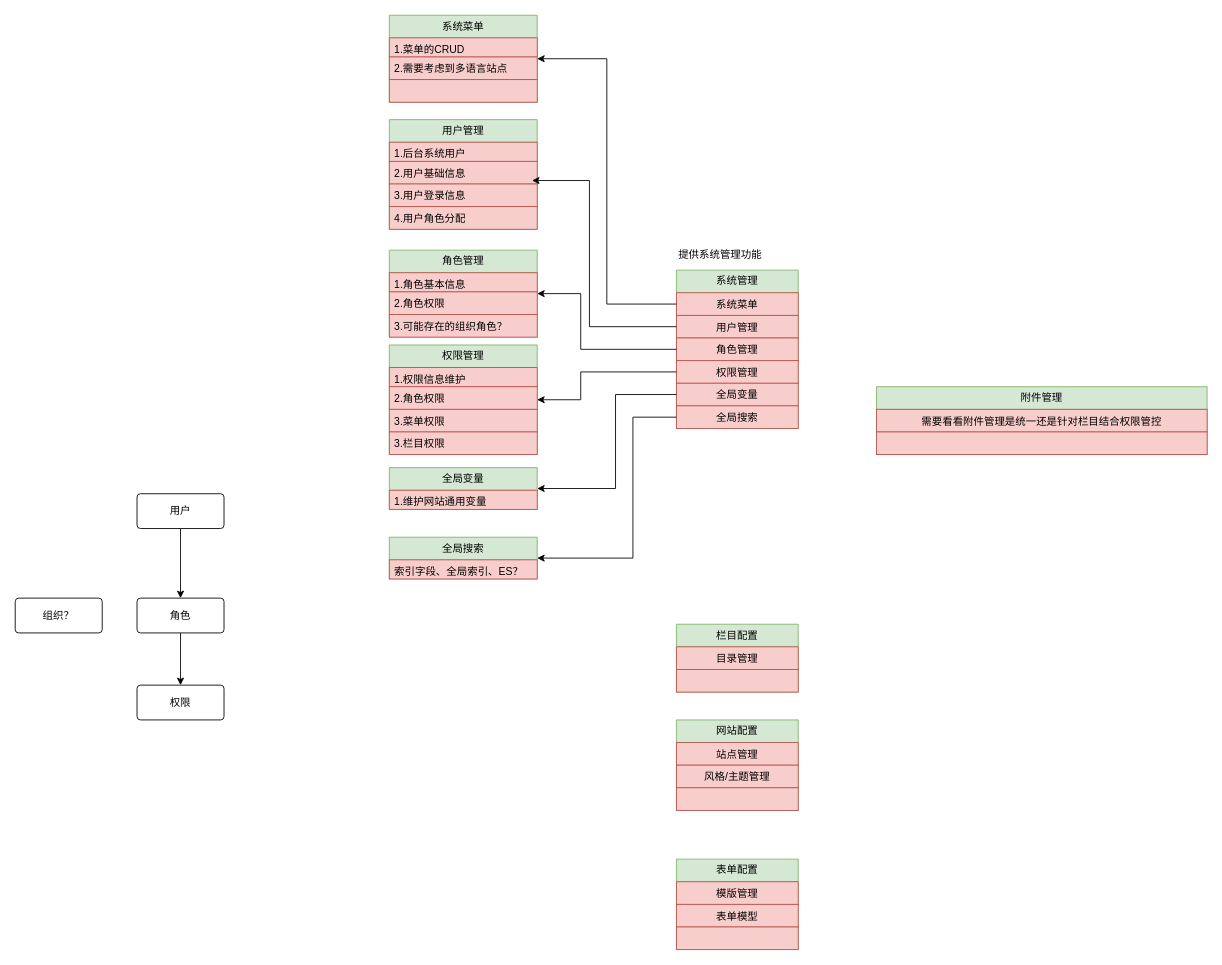
This is page "CMS技术架构" (3 of 4) of design-uml/thought work.drawio from alvin-zj/MyUml, a draw.io file, before an edit. Source tidied: cells renumbered, new cells numbered last; positions are measured from the earlier drawing's top-left corner, leaving out a move shared by most shapes. Both pictures are drawn from the tidied source at 87%, with x=0, y=0 at pixel (15, 15).
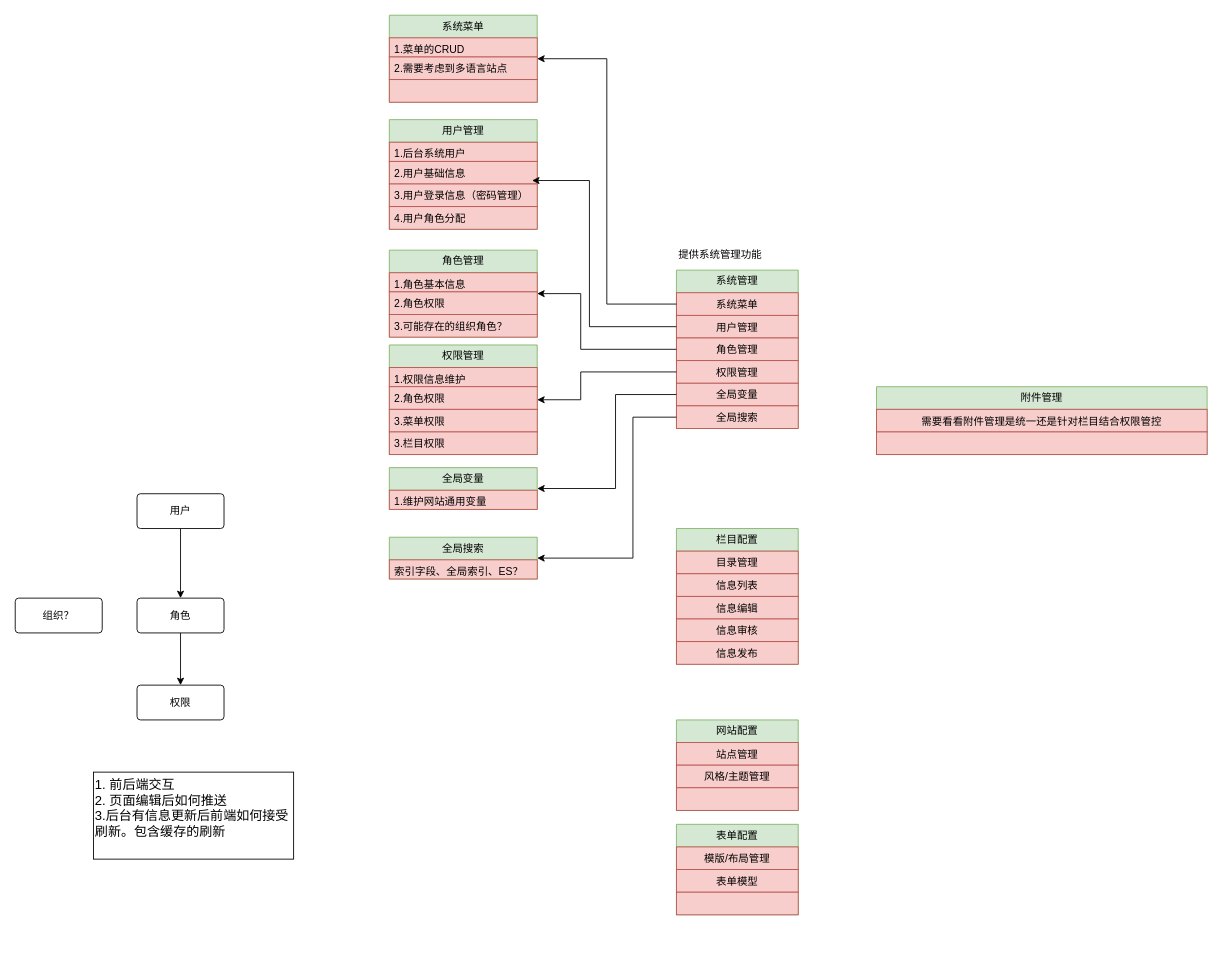
The same page after the edit.

Unchanged cells that the change refers to:
```xml
<mxCell id="28" value="用户管理" style="swimlane;fontStyle=0;horizontal=1;startSize=26;fillColor=#d5e8d4;whiteSpace=wrap;html=1;strokeColor=#82b366;" parent="1" vertex="1">
  <mxGeometry x="430" y="120" width="170" height="126" as="geometry" />
</mxCell>
```

What changed in the source:
```diff
@@
     <mxCell id="13" value="栏目配置" style="swimlane;fontStyle=0;horizontal=1;startSize=26;fillColor=#d5e8d4;whiteSpace=wrap;html=1;strokeColor=#82b366;" parent="1" vertex="1">
-      <mxGeometry x="760" y="700" width="140" height="78" as="geometry" />
+      <mxGeometry x="760" y="590" width="140" height="156" as="geometry" />
     </mxCell>
@@
+    <mxCell id="58" value="信息列表" style="text;strokeColor=#b85450;fillColor=#f8cecc;align=center;verticalAlign=top;spacingLeft=4;spacingRight=4;overflow=hidden;whiteSpace=wrap;html=1;" parent="13" vertex="1">
+      <mxGeometry y="52" width="140" height="26" as="geometry" />
+    </mxCell>
-    <mxCell id="15" style="text;strokeColor=#b85450;fillColor=#f8cecc;align=center;verticalAlign=top;spacingLeft=4;spacingRight=4;overflow=hidden;whiteSpace=wrap;html=1;" parent="13" vertex="1">
-      <mxGeometry y="52" width="140" height="26" as="geometry" />
+    <mxCell id="15" value="信息编辑" style="text;strokeColor=#b85450;fillColor=#f8cecc;align=center;verticalAlign=top;spacingLeft=4;spacingRight=4;overflow=hidden;whiteSpace=wrap;html=1;" parent="13" vertex="1">
+      <mxGeometry y="78" width="140" height="26" as="geometry" />
     </mxCell>
+    <mxCell id="59" value="信息审核" style="text;strokeColor=#b85450;fillColor=#f8cecc;align=center;verticalAlign=top;spacingLeft=4;spacingRight=4;overflow=hidden;whiteSpace=wrap;html=1;" parent="13" vertex="1">
+      <mxGeometry y="104" width="140" height="26" as="geometry" />
+    </mxCell>
+    <mxCell id="60" value="信息发布" style="text;strokeColor=#b85450;fillColor=#f8cecc;align=center;verticalAlign=top;spacingLeft=4;spacingRight=4;overflow=hidden;whiteSpace=wrap;html=1;" parent="13" vertex="1">
+      <mxGeometry y="130" width="140" height="26" as="geometry" />
+    </mxCell>
     <mxCell id="16" value="表单配置" style="swimlane;fontStyle=0;horizontal=1;startSize=26;fillColor=#d5e8d4;whiteSpace=wrap;html=1;strokeColor=#82b366;" parent="1" vertex="1">
-      <mxGeometry x="760" y="970" width="140" height="104" as="geometry" />
+      <mxGeometry x="760" y="930" width="140" height="104" as="geometry" />
     </mxCell>
-    <mxCell id="17" value="模版管理" style="text;strokeColor=#b85450;fillColor=#f8cecc;align=center;verticalAlign=top;spacingLeft=4;spacingRight=4;overflow=hidden;whiteSpace=wrap;html=1;" parent="16" vertex="1">
+    <mxCell id="17" value="模版/布局管理" style="text;strokeColor=#b85450;fillColor=#f8cecc;align=center;verticalAlign=top;spacingLeft=4;spacingRight=4;overflow=hidden;whiteSpace=wrap;html=1;" parent="16" vertex="1">
       <mxGeometry y="26" width="140" height="26" as="geometry" />
     </mxCell>
@@
-    <mxCell id="31" value="3.用户登录信息" style="text;strokeColor=#b85450;fillColor=#f8cecc;align=left;verticalAlign=top;spacingLeft=4;spacingRight=4;overflow=hidden;points=[[0,0.5],[1,0.5]];portConstraint=eastwest;whiteSpace=wrap;html=1;" parent="28" vertex="1">
+    <mxCell id="31" value="3.用户登录信息（密码管理）" style="text;strokeColor=#b85450;fillColor=#f8cecc;align=left;verticalAlign=top;spacingLeft=4;spacingRight=4;overflow=hidden;points=[[0,0.5],[1,0.5]];portConstraint=eastwest;whiteSpace=wrap;html=1;" parent="28" vertex="1">
       <mxGeometry y="74" width="170" height="26" as="geometry" />
     </mxCell>
@@
+    <mxCell id="61" value="1. 前后端交互&lt;div&gt;2. 页面编辑后如何推送&lt;/div&gt;&lt;div&gt;3.后台有信息更新后前端如何接受刷新。包含缓存的刷新&lt;/div&gt;&lt;div&gt;&lt;br&gt;&lt;/div&gt;" style="whiteSpace=wrap;html=1;align=left;fontSize=15;" parent="1" vertex="1">
+      <mxGeometry x="90" y="870" width="230" height="100" as="geometry" />
+    </mxCell>
```
